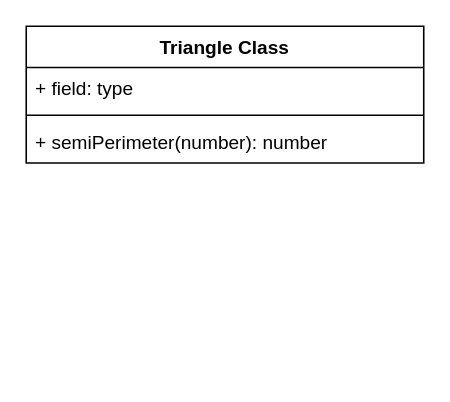
Peter-Gemmell/ics4u-Assignment3-typescript keeps this draw.io diagram as Drawio/Triangle.drawio. Above is the earlier version. Source tidied: cells renumbered, new cells numbered last; positions are measured from the earlier drawing's top-left corner, leaving out a move shared by most shapes. Both pictures are drawn from the tidied source at 159%, with x=0, y=0 at pixel (25, 25).
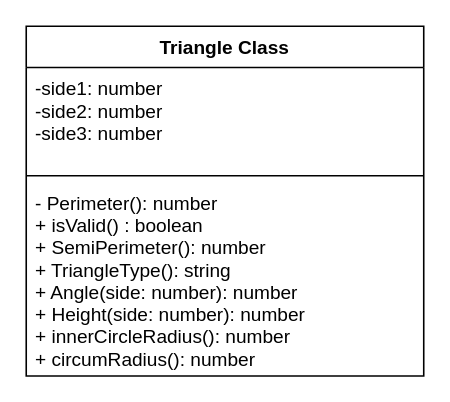
The same diagram, later.

What changed in the source:
```diff
@@
 <mxGraphModel>
   <root>
     <mxCell id="0" />
     <mxCell id="1" parent="0" />
     <mxCell id="2" value="Triangle Class" style="swimlane;fontStyle=1;align=center;verticalAlign=top;horizontal=1;startSize=26;" parent="1" vertex="1">
-      <mxGeometry width="250" height="86" as="geometry" />
+      <mxGeometry width="250" height="220" as="geometry" />
     </mxCell>
-    <mxCell id="3" value="+ field: type" style="text;strokeColor=none;fillColor=none;align=left;verticalAlign=top;spacingLeft=4;spacingRight=4;overflow=hidden;" parent="2" vertex="1">
-      <mxGeometry y="26" width="250" height="26" as="geometry" />
+    <mxCell id="3" value="-side1: number&#10;-side2: number&#10;-side3: number" style="text;strokeColor=none;fillColor=none;align=left;verticalAlign=top;spacingLeft=4;spacingRight=4;overflow=hidden;" parent="2" vertex="1">
+      <mxGeometry y="26" width="250" height="64" as="geometry" />
     </mxCell>
     <mxCell id="4" style="line;strokeWidth=1;fillColor=none;align=left;verticalAlign=middle;spacingTop=-1;spacingLeft=3;spacingRight=3;labelPosition=right;" parent="2" vertex="1">
-      <mxGeometry y="52" width="250" height="8" as="geometry" />
+      <mxGeometry y="90" width="250" height="8" as="geometry" />
     </mxCell>
-    <mxCell id="5" value="+ semiPerimeter(number): number" style="text;strokeColor=none;fillColor=none;align=left;verticalAlign=top;spacingLeft=4;spacingRight=4;overflow=hidden;" parent="2" vertex="1">
-      <mxGeometry y="60" width="250" height="26" as="geometry" />
+    <mxCell id="5" value="- Perimeter(): number&#10;+ isValid() : boolean&#10;+ SemiPerimeter(): number&#10;+ TriangleType(): string&#10;+ Angle(side: number): number&#10;+ Height(side: number): number&#10;+ innerCircleRadius(): number&#10;+ circumRadius(): number&#10;" style="text;strokeColor=none;fillColor=none;align=left;verticalAlign=top;spacingLeft=4;spacingRight=4;overflow=hidden;" parent="2" vertex="1">
+      <mxGeometry y="98" width="250" height="122" as="geometry" />
     </mxCell>
   </root>
 </mxGraphModel>
```
